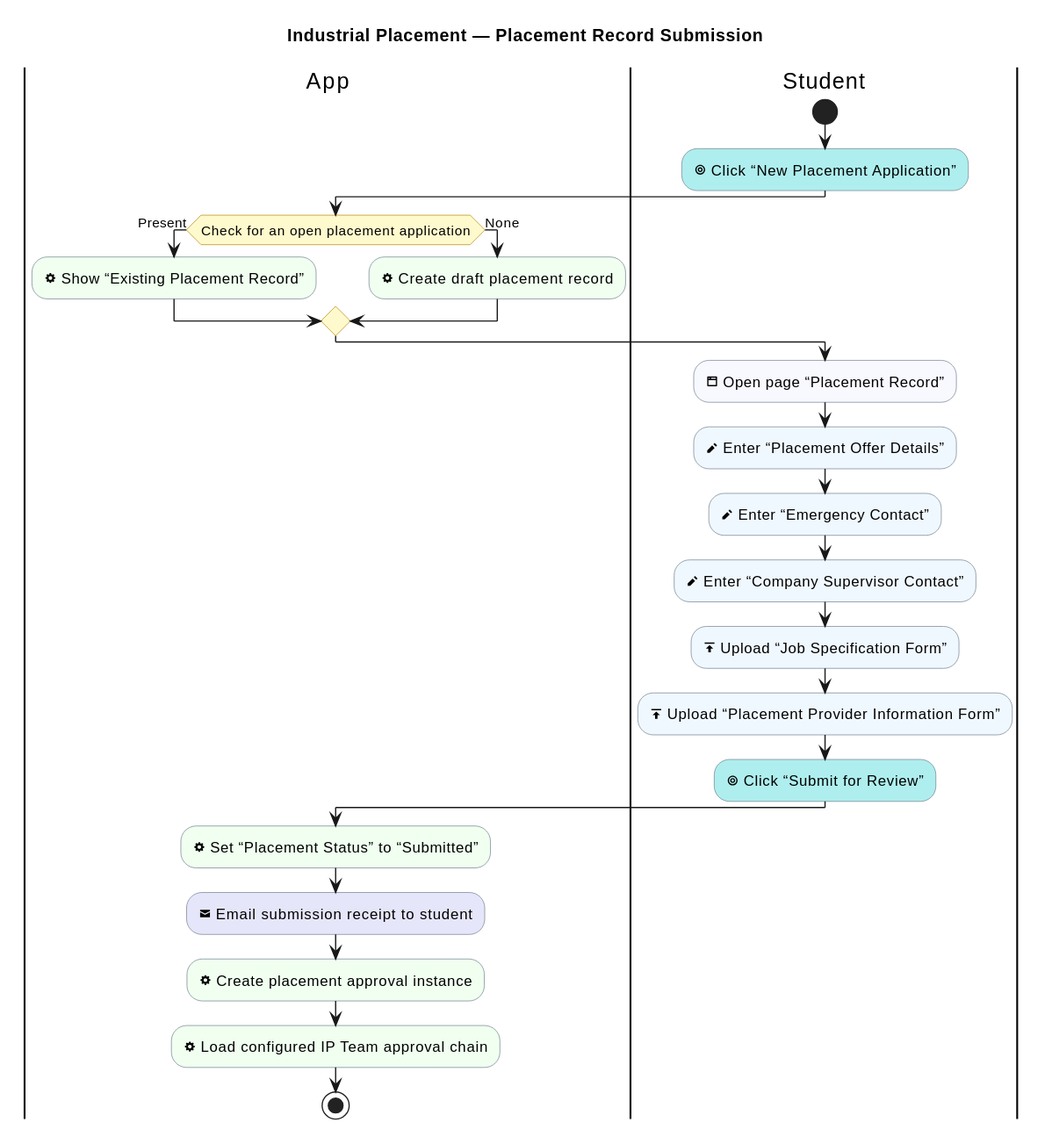
Earlier version of the PlantUML export industrial-placement-group-project/diagrams/industrial-placement/placement-record-submission.svg (sdflkjssl/sdflkjssl.github.io).
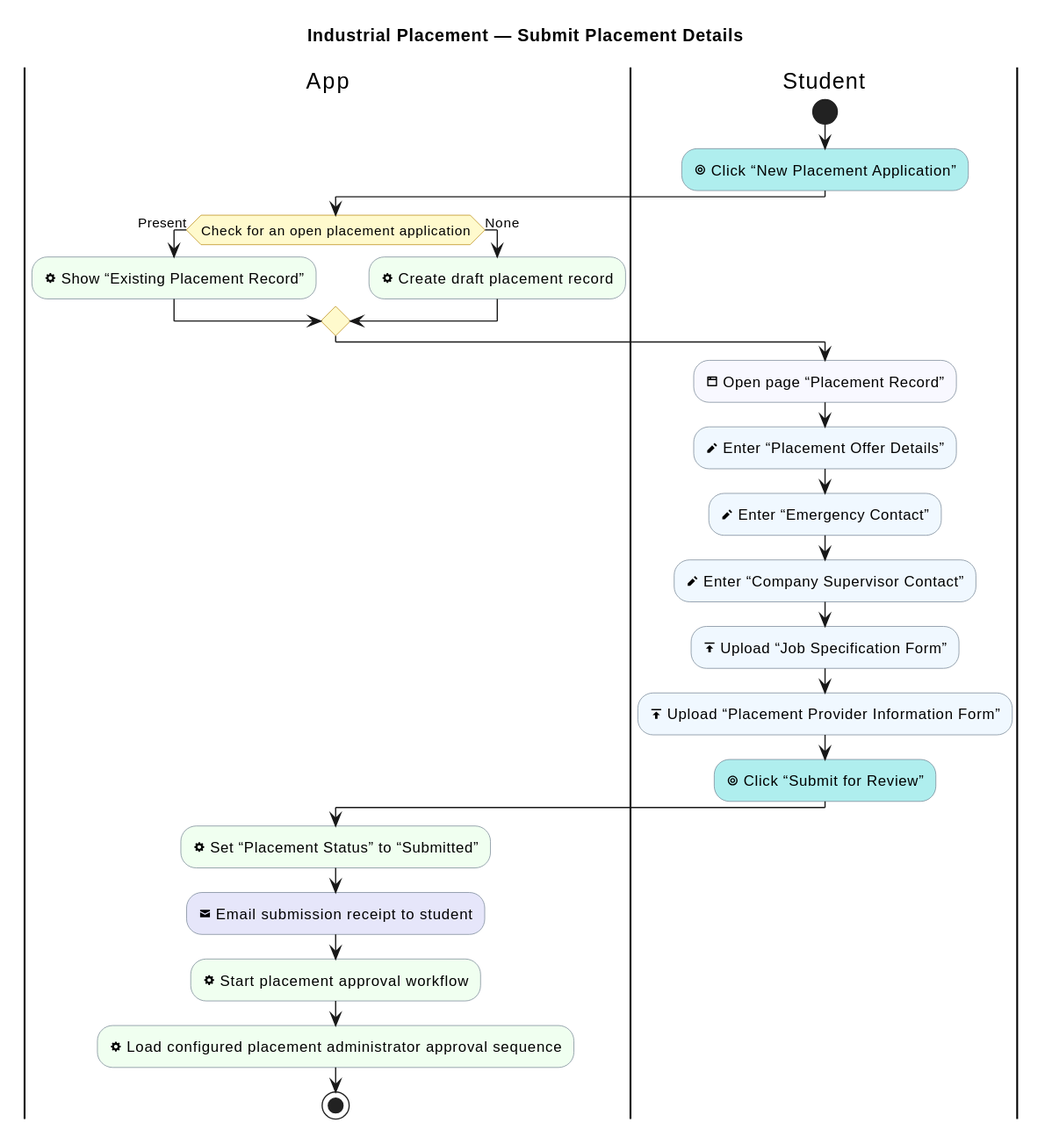
Later version of the same file.

What changed in the source:
```diff
@@ -1,6 +1,6 @@
 @startuml
 !pragma layout smetana
-title Industrial Placement — Placement Record Submission
+title Industrial Placement — Submit Placement Details
 skinparam shadowing false
 skinparam activityBackgroundColor GhostWhite
 skinparam activityBorderColor SlateGray
@@ -32,7 +32,7 @@
 |App|
 :<&cog> Set “Placement Status” to “Submitted”; <<#HoneyDew>>
 :<&envelope-closed> Email submission receipt to student; <<#Lavender>>
-:<&cog> Create placement approval instance; <<#HoneyDew>>
-:<&cog> Load configured IP Team approval chain; <<#HoneyDew>>
+:<&cog> Start placement approval workflow; <<#HoneyDew>>
+:<&cog> Load configured placement administrator approval sequence; <<#HoneyDew>>
 stop
 @enduml
```
